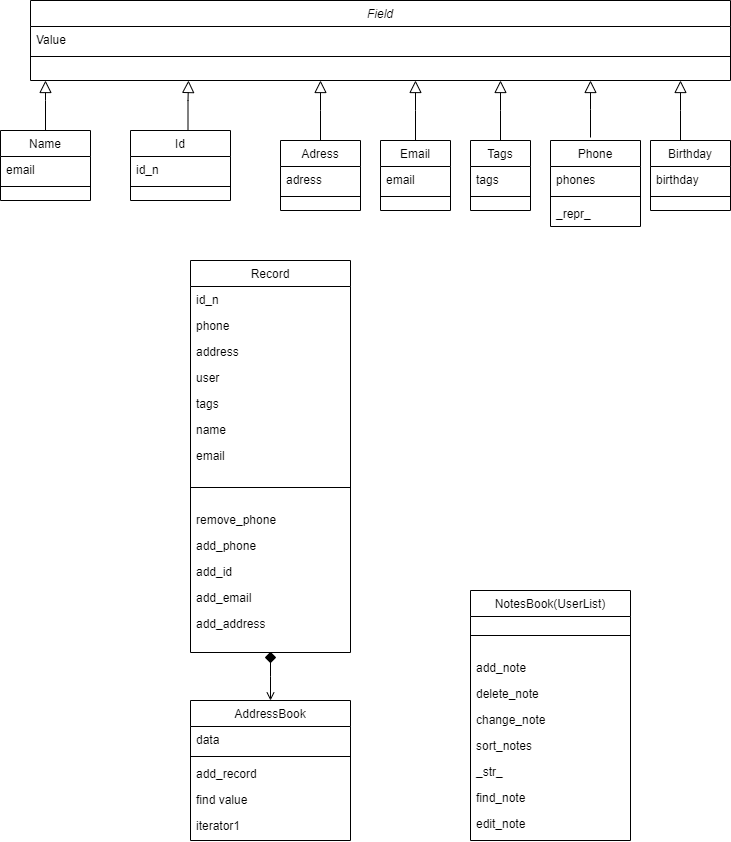
The draw.io diagram Initial Classes Diagram.png in anna-khodyka/Helper-project, before a commit. Source tidied: cells renumbered, new cells last; positions are measured from the earlier drawing's top-left corner, leaving out a move shared by most shapes.
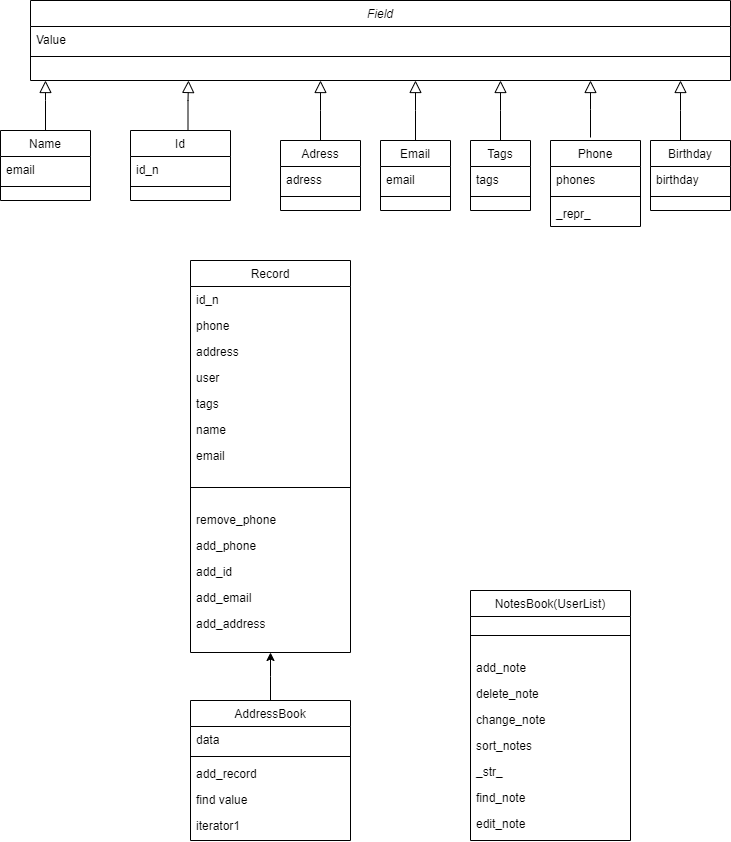
Later version of the same file.

The edit, as a diff of the source:
```diff
@@ -87,7 +87,7 @@
     <mxCell id="28" value="iterator1" style="text;align=left;verticalAlign=top;spacingLeft=4;spacingRight=4;overflow=hidden;" parent="23" vertex="1">
       <mxGeometry y="112" width="160" height="26" as="geometry" />
     </mxCell>
-    <mxCell id="29" style="endArrow=open;shadow=0;strokeWidth=1;rounded=0;endFill=1;edgeStyle=elbowEdgeStyle;elbow=vertical;exitX=0.5;exitY=1;exitDx=0;exitDy=0;" parent="1" edge="1" source="5" target="23">
+    <mxCell id="29" style="endArrow=none;shadow=0;strokeWidth=1;rounded=0;endFill=0;edgeStyle=elbowEdgeStyle;elbow=vertical;exitX=0.5;exitY=1;exitDx=0;exitDy=0;startArrow=classic;startFill=1;" parent="1" edge="1" source="5" target="23">
       <mxGeometry x="0.5" y="41" relative="1" as="geometry">
         <mxPoint x="-40" y="32" as="offset" />
       </mxGeometry>
@@ -216,8 +216,5 @@
         <mxPoint x="680" y="80" as="targetPoint" />
       </mxGeometry>
     </mxCell>
-    <mxCell id="64" style="rhombus;whiteSpace=wrap;html=1;fillColor=#000000;" parent="1" vertex="1">
-      <mxGeometry x="265" y="652" width="10" height="10" as="geometry" />
-    </mxCell>
   </root>
 </mxGraphModel>
```
